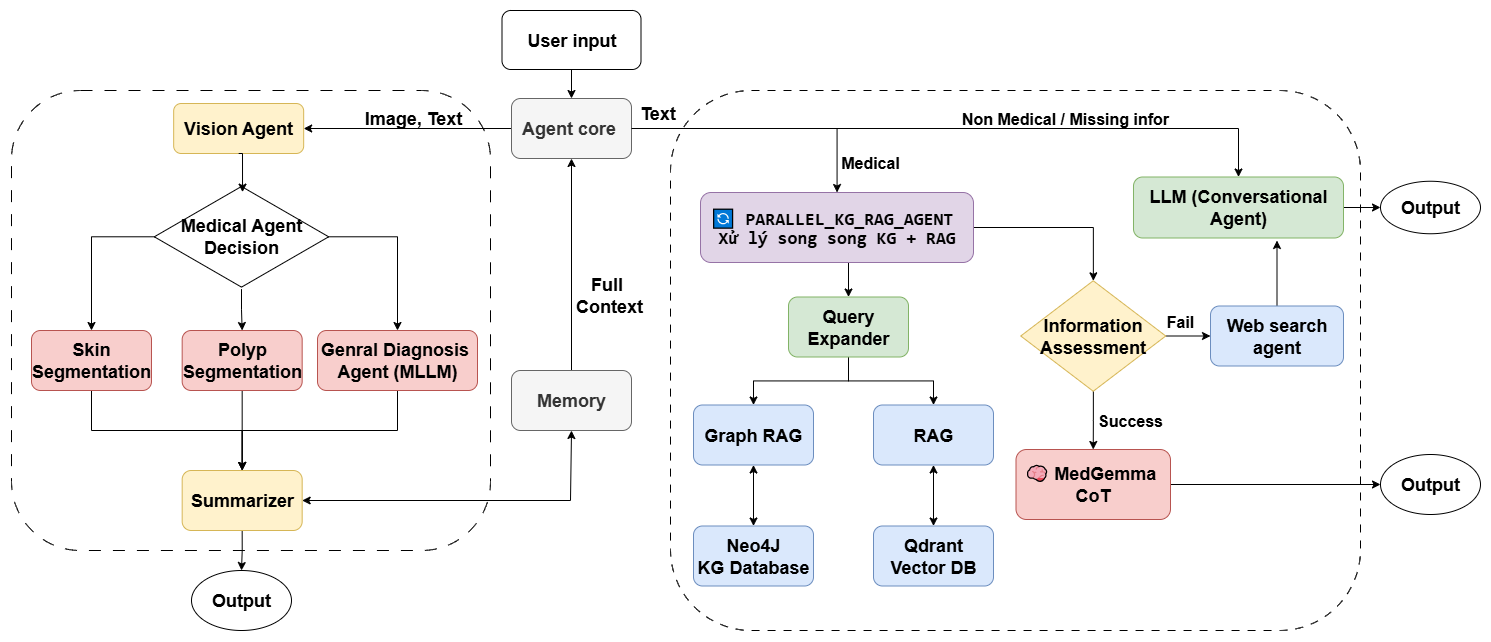
Before: Report VDT/images/chi_tiet.png, a diagram exported from draw.io (hungzin311/Medical_Assitant). Source tidied: cells renumbered, new cells last; positions are measured from the earlier drawing's top-left corner, leaving out a move shared by most shapes.
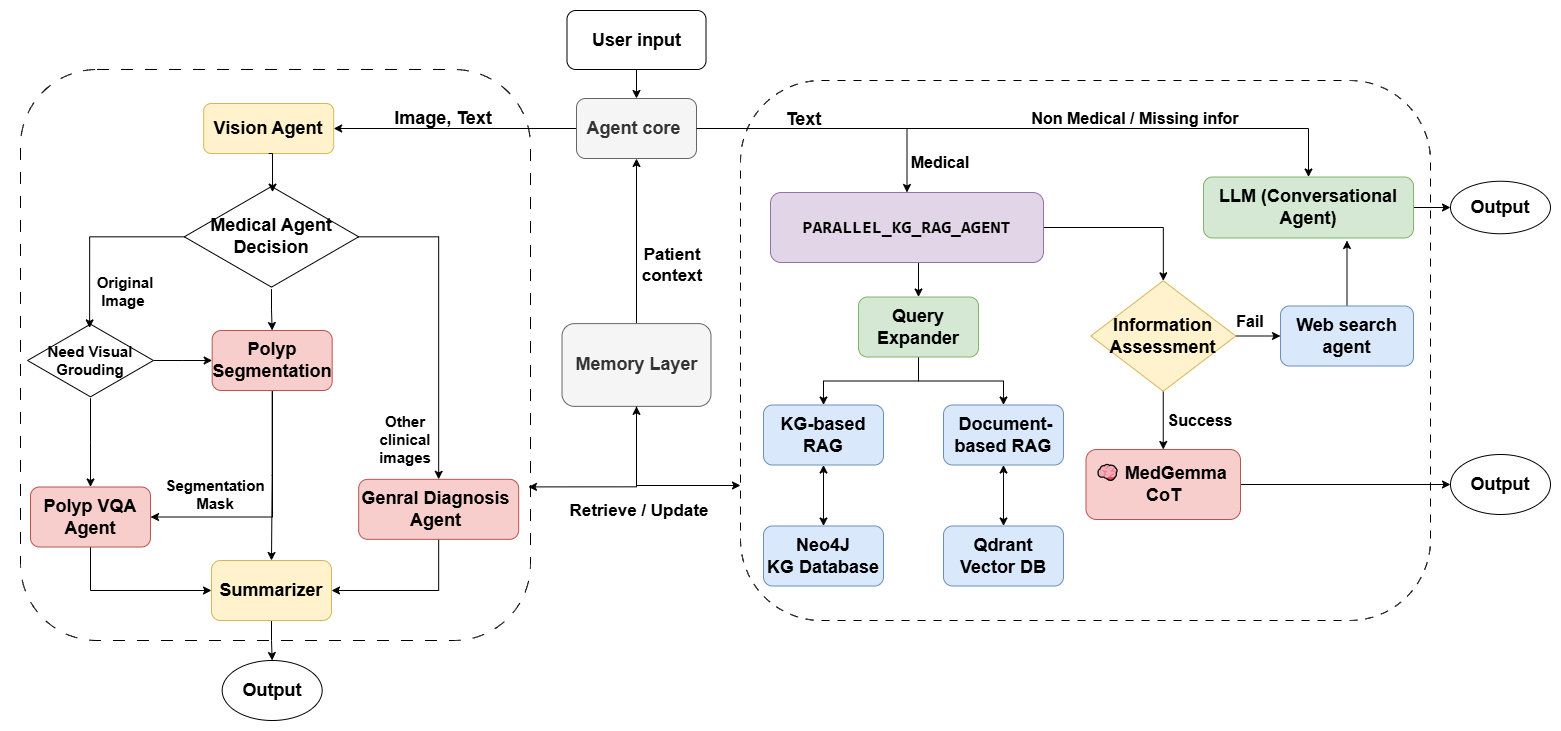
Later version of the same file.

Change to the diagram source:
```diff
@@ -3,25 +3,25 @@
     <mxCell id="0" />
     <mxCell id="1" parent="0" />
     <mxCell id="2" style="rounded=0;whiteSpace=wrap;html=1;strokeColor=#FFFFFF;" parent="1" vertex="1">
-      <mxGeometry width="1490" height="640" as="geometry" />
+      <mxGeometry x="-70" width="1560" height="730" as="geometry" />
     </mxCell>
+    <mxCell id="5" style="rounded=1;whiteSpace=wrap;html=1;dashed=1;dashPattern=12 12;fontSize=18;" parent="1" vertex="1">
+      <mxGeometry x="-50" y="69" width="510" height="571" as="geometry" />
+    </mxCell>
     <mxCell id="3" style="rounded=1;whiteSpace=wrap;html=1;dashed=1;dashPattern=8 8;fontSize=18;" parent="1" vertex="1">
-      <mxGeometry x="670" y="90" width="690" height="540" as="geometry" />
+      <mxGeometry x="670" y="80" width="690" height="540" as="geometry" />
     </mxCell>
     <mxCell id="4" style="edgeStyle=orthogonalEdgeStyle;rounded=0;orthogonalLoop=1;jettySize=auto;html=1;exitX=0.5;exitY=1;exitDx=0;exitDy=0;fontSize=18;" parent="1" edge="1">
       <mxGeometry relative="1" as="geometry">
-        <mxPoint x="558.8" y="249" as="sourcePoint" />
-        <mxPoint x="558.8" y="249" as="targetPoint" />
+        <mxPoint x="568.8" y="249" as="sourcePoint" />
+        <mxPoint x="568.8" y="249" as="targetPoint" />
       </mxGeometry>
     </mxCell>
-    <mxCell id="5" style="rounded=1;whiteSpace=wrap;html=1;dashed=1;dashPattern=12 12;fontSize=18;" parent="1" vertex="1">
-      <mxGeometry x="11" y="90" width="479" height="460" as="geometry" />
-    </mxCell>
     <mxCell id="6" style="edgeStyle=orthogonalEdgeStyle;rounded=0;jettySize=auto;html=1;entryX=0.5;entryY=0;entryDx=0;entryDy=0;fontStyle=1;fontSize=18;" parent="1" edge="1" source="7" target="10">
       <mxGeometry relative="1" as="geometry" />
     </mxCell>
     <mxCell id="7" value="&lt;font&gt;User input&lt;/font&gt;" style="rounded=1;whiteSpace=wrap;html=1;fontStyle=1;fontSize=18;" parent="1" vertex="1">
-      <mxGeometry x="501.5" y="10" width="139" height="59" as="geometry" />
+      <mxGeometry x="496.5" y="10" width="139" height="59" as="geometry" />
     </mxCell>
     <mxCell id="8" style="edgeStyle=orthogonalEdgeStyle;rounded=0;jettySize=auto;html=1;exitX=0;exitY=0.5;exitDx=0;exitDy=0;entryX=1;entryY=0.5;entryDx=0;entryDy=0;fontStyle=1;fontSize=18;" parent="1" edge="1" source="10" target="11">
       <mxGeometry relative="1" as="geometry" />
@@ -30,56 +30,59 @@
       <mxGeometry relative="1" as="geometry" />
     </mxCell>
     <mxCell id="10" value="&lt;font&gt;Agent core&amp;nbsp;&lt;/font&gt;" style="rounded=1;whiteSpace=wrap;html=1;fillColor=#f5f5f5;strokeColor=#666666;fontStyle=1;fontColor=#333333;fontSize=18;" parent="1" vertex="1">
-      <mxGeometry x="511" y="98" width="120" height="60" as="geometry" />
+      <mxGeometry x="506" y="98" width="120" height="60" as="geometry" />
     </mxCell>
     <mxCell id="11" value="&lt;font&gt;Vision Agent&lt;/font&gt;" style="rounded=1;whiteSpace=wrap;html=1;fillColor=#fff2cc;strokeColor=#d6b656;fontStyle=1;fontSize=18;" parent="1" vertex="1">
-      <mxGeometry x="173.2" y="103" width="130" height="50" as="geometry" />
+      <mxGeometry x="133.2" y="103" width="130" height="50" as="geometry" />
     </mxCell>
-    <mxCell id="12" style="edgeStyle=orthogonalEdgeStyle;rounded=0;jettySize=auto;html=1;exitX=0.5;exitY=1;exitDx=0;exitDy=0;entryX=0.5;entryY=0;entryDx=0;entryDy=0;fontStyle=1;fontSize=18;" parent="1" edge="1" source="13" target="35">
-      <mxGeometry relative="1" as="geometry" />
+    <mxCell id="12" style="edgeStyle=orthogonalEdgeStyle;rounded=0;jettySize=auto;html=1;entryX=1;entryY=0.5;entryDx=0;entryDy=0;" parent="1" edge="1" source="13" target="35">
+      <mxGeometry relative="1" as="geometry">
+        <Array as="points">
+          <mxPoint x="368" y="590" />
+        </Array>
+      </mxGeometry>
     </mxCell>
-    <mxCell id="13" value="&lt;font&gt;Genral Diagnosis&amp;nbsp;&lt;br&gt;Agent (MLLM)&lt;/font&gt;" style="rounded=1;whiteSpace=wrap;html=1;fillColor=#f8cecc;strokeColor=#b85450;fontStyle=1;fontSize=18;" parent="1" vertex="1">
-      <mxGeometry x="317" y="330" width="160" height="60" as="geometry" />
+    <mxCell id="13" value="&lt;font&gt;Genral Diagnosis&amp;nbsp;&lt;br&gt;Agent&amp;nbsp;&lt;/font&gt;" style="rounded=1;whiteSpace=wrap;html=1;fillColor=#f8cecc;strokeColor=#b85450;fontStyle=1;fontSize=18;" parent="1" vertex="1">
+      <mxGeometry x="288.2" y="478.8" width="160" height="60" as="geometry" />
     </mxCell>
     <mxCell id="14" style="edgeStyle=orthogonalEdgeStyle;rounded=0;orthogonalLoop=1;jettySize=auto;html=1;exitX=0.5;exitY=1;exitDx=0;exitDy=0;fontStyle=1;fontSize=18;" parent="1" edge="1" source="13" target="13">
       <mxGeometry relative="1" as="geometry" />
     </mxCell>
-    <mxCell id="15" style="edgeStyle=orthogonalEdgeStyle;rounded=0;jettySize=auto;html=1;exitX=0.5;exitY=0;exitDx=0;exitDy=0;entryX=0.5;entryY=1;entryDx=0;entryDy=0;fontStyle=1;fontSize=18;" parent="1" edge="1" source="16" target="10">
+    <mxCell id="15" style="edgeStyle=orthogonalEdgeStyle;rounded=0;jettySize=auto;html=1;entryX=0.5;entryY=1;entryDx=0;entryDy=0;" parent="1" edge="1" source="16" target="10">
       <mxGeometry relative="1" as="geometry" />
     </mxCell>
+    <mxCell id="61" style="edgeStyle=orthogonalEdgeStyle;rounded=0;jettySize=auto;html=1;entryX=0;entryY=0.75;entryDx=0;entryDy=0;startArrow=classic;startFill=1;" parent="1" edge="1" source="16" target="3">
+      <mxGeometry relative="1" as="geometry">
+        <Array as="points">
+          <mxPoint x="566" y="485" />
+        </Array>
+      </mxGeometry>
+    </mxCell>
-    <mxCell id="16" value="&lt;font&gt;Memory&lt;/font&gt;" style="rounded=1;whiteSpace=wrap;html=1;fontStyle=1;fillColor=#f5f5f5;fontColor=#333333;strokeColor=#666666;fontSize=18;" parent="1" vertex="1">
-      <mxGeometry x="511" y="370" width="120" height="60" as="geometry" />
+    <mxCell id="16" value="Memory Layer" style="rounded=1;whiteSpace=wrap;html=1;fontStyle=1;fillColor=#f5f5f5;fontColor=#333333;strokeColor=#666666;fontSize=18;" parent="1" vertex="1">
+      <mxGeometry x="491.5" y="323.1" width="149" height="82.8" as="geometry" />
     </mxCell>
+    <mxCell id="18" style="edgeStyle=orthogonalEdgeStyle;rounded=0;jettySize=auto;html=1;entryX=0.5;entryY=0;entryDx=0;entryDy=0;fontSize=18;" parent="1" edge="1" source="20" target="41">
+      <mxGeometry relative="1" as="geometry" />
+    </mxCell>
-    <mxCell id="17" style="edgeStyle=orthogonalEdgeStyle;rounded=0;jettySize=auto;html=1;entryX=0.5;entryY=0;entryDx=0;entryDy=0;fontStyle=1;fontSize=18;" parent="1" edge="1" source="20" target="13">
+    <mxCell id="17" style="edgeStyle=orthogonalEdgeStyle;rounded=0;jettySize=auto;html=1;entryX=0.5;entryY=0;entryDx=0;entryDy=0;" parent="1" edge="1" source="20" target="13">
       <mxGeometry relative="1" as="geometry">
         <Array as="points">
-          <mxPoint x="397" y="236" />
+          <mxPoint x="368" y="236" />
         </Array>
       </mxGeometry>
     </mxCell>
-    <mxCell id="18" style="edgeStyle=orthogonalEdgeStyle;rounded=0;jettySize=auto;html=1;entryX=0.5;entryY=0;entryDx=0;entryDy=0;fontSize=18;" parent="1" edge="1" source="20" target="41">
-      <mxGeometry relative="1" as="geometry" />
-    </mxCell>
-    <mxCell id="19" style="edgeStyle=orthogonalEdgeStyle;rounded=0;jettySize=auto;html=1;entryX=0.5;entryY=0;entryDx=0;entryDy=0;fontSize=18;" parent="1" edge="1" source="20" target="39">
-      <mxGeometry relative="1" as="geometry">
-        <Array as="points">
-          <mxPoint x="91" y="236" />
-          <mxPoint x="91" y="330" />
-        </Array>
-      </mxGeometry>
-    </mxCell>
     <mxCell id="20" value="&lt;font&gt;Medical Agent &lt;br&gt;Decision&lt;/font&gt;" style="html=1;whiteSpace=wrap;shape=isoRectangle;fontStyle=1;fontSize=18;" parent="1" vertex="1">
-      <mxGeometry x="153.8" y="184" width="174.3" height="104.6" as="geometry" />
+      <mxGeometry x="113.8" y="184" width="174.3" height="104.6" as="geometry" />
     </mxCell>
     <mxCell id="21" style="edgeStyle=orthogonalEdgeStyle;rounded=0;jettySize=auto;html=1;exitX=0.5;exitY=1;exitDx=0;exitDy=0;entryX=0.506;entryY=0.073;entryDx=0;entryDy=0;entryPerimeter=0;fontStyle=1;fontSize=18;" parent="1" edge="1" source="11" target="20">
       <mxGeometry relative="1" as="geometry">
         <Array as="points">
-          <mxPoint x="242.2" y="153" />
+          <mxPoint x="202.2" y="153" />
         </Array>
       </mxGeometry>
     </mxCell>
     <mxCell id="22" value="&lt;font&gt;Image, Text&amp;nbsp;&lt;/font&gt;" style="text;html=1;align=center;verticalAlign=middle;whiteSpace=wrap;rounded=0;fontStyle=1;fontSize=18;" parent="1" vertex="1">
-      <mxGeometry x="351" y="103" width="129" height="30" as="geometry" />
+      <mxGeometry x="311" y="103" width="129" height="30" as="geometry" />
     </mxCell>
     <mxCell id="23" style="edgeStyle=orthogonalEdgeStyle;rounded=0;jettySize=auto;html=1;entryX=0;entryY=0.5;entryDx=0;entryDy=0;" parent="1" edge="1" source="24" target="28">
       <mxGeometry relative="1" as="geometry" />
@@ -87,7 +90,7 @@
     <mxCell id="24" value="&lt;font&gt;LLM (Conversational Agent)&lt;/font&gt;" style="rounded=1;whiteSpace=wrap;html=1;fillColor=#d5e8d4;strokeColor=#82b366;fontStyle=1;fontSize=18;" parent="1" vertex="1">
       <mxGeometry x="1133" y="176.5" width="210" height="61" as="geometry" />
     </mxCell>
-    <mxCell id="25" value="&lt;font&gt;RAG&lt;/font&gt;" style="rounded=1;whiteSpace=wrap;html=1;fillColor=#dae8fc;strokeColor=#6c8ebf;fontStyle=1;fontSize=18;" parent="1" vertex="1">
+    <mxCell id="25" value="&lt;font&gt;&amp;nbsp;Document-based RAG&lt;/font&gt;" style="rounded=1;whiteSpace=wrap;html=1;fillColor=#dae8fc;strokeColor=#6c8ebf;fontStyle=1;fontSize=18;" parent="1" vertex="1">
       <mxGeometry x="873" y="404.5" width="120" height="60" as="geometry" />
     </mxCell>
     <mxCell id="26" style="edgeStyle=orthogonalEdgeStyle;rounded=0;jettySize=auto;html=1;fontSize=18;" parent="1" edge="1" source="27">
@@ -102,7 +105,7 @@
       <mxGeometry x="1380" y="180.8" width="100" height="52.5" as="geometry" />
     </mxCell>
     <mxCell id="29" value="&lt;font&gt;Text&lt;/font&gt;" style="text;html=1;align=center;verticalAlign=middle;whiteSpace=wrap;rounded=0;fontStyle=1;fontSize=18;" parent="1" vertex="1">
-      <mxGeometry x="633.5" y="98" width="47" height="31" as="geometry" />
+      <mxGeometry x="710" y="103" width="47" height="31" as="geometry" />
     </mxCell>
     <mxCell id="30" style="edgeStyle=orthogonalEdgeStyle;rounded=0;jettySize=auto;html=1;fontStyle=1;fontSize=18;" parent="1" edge="1" source="10" target="24">
       <mxGeometry relative="1" as="geometry" />
@@ -120,48 +123,44 @@
       <mxGeometry relative="1" as="geometry" />
     </mxCell>
     <mxCell id="35" value="&lt;font&gt;Summarizer&lt;/font&gt;" style="rounded=1;whiteSpace=wrap;html=1;fillColor=#fff2cc;strokeColor=#d6b656;fontStyle=1;fontSize=18;" parent="1" vertex="1">
-      <mxGeometry x="181.7" y="470" width="120" height="60" as="geometry" />
+      <mxGeometry x="141" y="560" width="120" height="60" as="geometry" />
     </mxCell>
-    <mxCell id="36" value="&lt;font&gt;Full&amp;nbsp;&lt;br&gt;Context&lt;/font&gt;" style="text;html=1;align=center;verticalAlign=middle;whiteSpace=wrap;rounded=0;fontStyle=1;fontSize=18;" parent="1" vertex="1">
-      <mxGeometry x="578.5" y="280.2" width="60" height="30" as="geometry" />
-    </mxCell>
     <mxCell id="37" value="&lt;font&gt;Output&lt;/font&gt;" style="ellipse;whiteSpace=wrap;html=1;fontStyle=1;fontSize=18;" parent="1" vertex="1">
-      <mxGeometry x="191" y="570" width="100" height="60" as="geometry" />
+      <mxGeometry x="151.7" y="660" width="100" height="60" as="geometry" />
     </mxCell>
-    <mxCell id="38" style="edgeStyle=orthogonalEdgeStyle;rounded=0;jettySize=auto;html=1;entryX=0.5;entryY=0;entryDx=0;entryDy=0;fontSize=18;" parent="1" edge="1" source="39" target="35">
+    <mxCell id="38" style="edgeStyle=orthogonalEdgeStyle;rounded=0;jettySize=auto;html=1;entryX=0;entryY=0.5;entryDx=0;entryDy=0;" parent="1" edge="1" source="39" target="35">
       <mxGeometry relative="1" as="geometry">
         <Array as="points">
-          <mxPoint x="91" y="430" />
-          <mxPoint x="242" y="430" />
+          <mxPoint x="20" y="590" />
         </Array>
       </mxGeometry>
     </mxCell>
-    <mxCell id="39" value="&lt;font&gt;Skin Segmentation&lt;/font&gt;" style="rounded=1;whiteSpace=wrap;html=1;fillColor=#f8cecc;strokeColor=#b85450;fontStyle=1;fontSize=18;" parent="1" vertex="1">
-      <mxGeometry x="31" y="330" width="120" height="60" as="geometry" />
+    <mxCell id="39" value="&lt;font&gt;Polyp VQA Agent&lt;/font&gt;" style="rounded=1;whiteSpace=wrap;html=1;fillColor=#f8cecc;strokeColor=#b85450;fontStyle=1;fontSize=18;" parent="1" vertex="1">
+      <mxGeometry x="-40" y="486.5" width="120" height="60" as="geometry" />
     </mxCell>
-    <mxCell id="40" style="edgeStyle=orthogonalEdgeStyle;rounded=0;jettySize=auto;html=1;fontSize=18;" parent="1" edge="1" source="41" target="35">
+    <mxCell id="40" style="edgeStyle=orthogonalEdgeStyle;rounded=0;jettySize=auto;html=1;" parent="1" edge="1" source="41" target="35">
       <mxGeometry relative="1" as="geometry" />
     </mxCell>
+    <mxCell id="62" style="edgeStyle=elbowEdgeStyle;rounded=0;jettySize=auto;html=1;entryX=1;entryY=0.5;entryDx=0;entryDy=0;" parent="1" edge="1" source="41" target="39">
+      <mxGeometry relative="1" as="geometry">
+        <Array as="points">
+          <mxPoint x="202" y="450" />
+        </Array>
+      </mxGeometry>
+    </mxCell>
     <mxCell id="41" value="&lt;font&gt;Polyp Segmentation&lt;/font&gt;" style="rounded=1;whiteSpace=wrap;html=1;fillColor=#f8cecc;strokeColor=#b85450;fontStyle=1;fontSize=18;" parent="1" vertex="1">
-      <mxGeometry x="181.7" y="330" width="120" height="60" as="geometry" />
+      <mxGeometry x="141.7" y="330" width="120" height="60" as="geometry" />
     </mxCell>
-    <mxCell id="42" style="endArrow=classic;startArrow=classic;html=1;rounded=0;exitX=1;exitY=0.5;exitDx=0;exitDy=0;entryX=0.5;entryY=1;entryDx=0;entryDy=0;fontSize=18;" parent="1" edge="1" source="35" target="16">
-      <mxGeometry relative="1" as="geometry">
-        <Array as="points">
-          <mxPoint x="570" y="500" />
-        </Array>
-      </mxGeometry>
-    </mxCell>
     <mxCell id="43" style="edgeStyle=orthogonalEdgeStyle;rounded=0;jettySize=auto;html=1;exitX=0.5;exitY=1;exitDx=0;exitDy=0;entryX=0.5;entryY=0;entryDx=0;entryDy=0;fontSize=18;" parent="1" edge="1" source="45" target="33">
       <mxGeometry relative="1" as="geometry" />
     </mxCell>
     <mxCell id="44" style="edgeStyle=orthogonalEdgeStyle;rounded=0;jettySize=auto;html=1;fontSize=18;" parent="1" edge="1" source="45" target="51">
       <mxGeometry relative="1" as="geometry" />
     </mxCell>
-    <mxCell id="45" value="&lt;div style=&quot;font-family: Consolas, &amp;quot;Courier New&amp;quot;, monospace; line-height: 19px; white-space: pre;&quot;&gt;&lt;span&gt;🔄 PARALLEL_KG_RAG_AGENT &lt;/span&gt;&lt;/div&gt;&lt;div style=&quot;font-family: Consolas, &amp;quot;Courier New&amp;quot;, monospace; line-height: 19px; white-space: pre;&quot;&gt;&lt;span&gt;Xử lý song song KG + RAG&lt;/span&gt;&lt;/div&gt;" style="rounded=1;whiteSpace=wrap;html=1;fillColor=#e1d5e7;strokeColor=#9673a6;labelBackgroundColor=none;fillStyle=solid;fontStyle=1;fontSize=18;" parent="1" vertex="1">
+    <mxCell id="45" value="&lt;div style=&quot;font-family: Consolas, &amp;quot;Courier New&amp;quot;, monospace; line-height: 19px; white-space: pre;&quot;&gt;&lt;span&gt;PARALLEL_KG_RAG_AGENT&lt;/span&gt;&lt;/div&gt;" style="rounded=1;whiteSpace=wrap;html=1;fillColor=#e1d5e7;strokeColor=#9673a6;labelBackgroundColor=none;fillStyle=solid;fontStyle=1;fontSize=18;" parent="1" vertex="1">
       <mxGeometry x="700" y="192" width="273" height="70" as="geometry" />
     </mxCell>
-    <mxCell id="46" value="Graph RAG" style="rounded=1;whiteSpace=wrap;html=1;fontStyle=1;fillColor=#dae8fc;strokeColor=#6c8ebf;fontSize=18;" parent="1" vertex="1">
+    <mxCell id="46" value="KG-based RAG" style="rounded=1;whiteSpace=wrap;html=1;fontStyle=1;fillColor=#dae8fc;strokeColor=#6c8ebf;fontSize=18;" parent="1" vertex="1">
       <mxGeometry x="693" y="404.5" width="120" height="60" as="geometry" />
     </mxCell>
     <mxCell id="47" value="Neo4J&lt;br&gt;KG Database" style="rounded=1;whiteSpace=wrap;html=1;fontStyle=1;fillColor=#dae8fc;strokeColor=#6c8ebf;fontSize=18;" parent="1" vertex="1">
@@ -206,5 +205,39 @@
     <mxCell id="60" value="&lt;b&gt;&lt;font style=&quot;font-size: 16px;&quot;&gt;Fail&lt;/font&gt;&lt;/b&gt;" style="text;html=1;align=center;verticalAlign=middle;whiteSpace=wrap;rounded=0;" parent="1" vertex="1">
       <mxGeometry x="1150" y="305.5" width="60" height="30" as="geometry" />
     </mxCell>
+    <mxCell id="63" style="edgeStyle=orthogonalEdgeStyle;rounded=0;jettySize=auto;html=1;entryX=0;entryY=0.5;entryDx=0;entryDy=0;" parent="1" edge="1" source="65" target="41">
+      <mxGeometry relative="1" as="geometry" />
+    </mxCell>
+    <mxCell id="64" style="edgeStyle=orthogonalEdgeStyle;rounded=0;jettySize=auto;html=1;entryX=0.5;entryY=0;entryDx=0;entryDy=0;" parent="1" edge="1" source="65" target="39">
+      <mxGeometry relative="1" as="geometry" />
+    </mxCell>
+    <mxCell id="65" value="Need Visual&lt;br&gt;Grouding" style="html=1;whiteSpace=wrap;shape=isoRectangle;fontStyle=1;fontSize=15;" parent="1" vertex="1">
+      <mxGeometry x="-42.9" y="322.2" width="125.9" height="75.5" as="geometry" />
+    </mxCell>
+    <mxCell id="66" value="Original&lt;div&gt;Image&amp;nbsp;&lt;/div&gt;" style="text;html=1;whiteSpace=wrap;strokeColor=none;fillColor=none;align=center;verticalAlign=middle;rounded=0;fontStyle=1;fontSize=15;" parent="1" vertex="1">
+      <mxGeometry x="10" y="275.5" width="90" height="30" as="geometry" />
+    </mxCell>
+    <mxCell id="67" value="Segmentation&lt;br&gt;Mask" style="text;html=1;whiteSpace=wrap;strokeColor=none;fillColor=none;align=center;verticalAlign=middle;rounded=0;fontStyle=1;fontSize=15;" parent="1" vertex="1">
+      <mxGeometry x="100" y="478.8" width="90" height="30" as="geometry" />
+    </mxCell>
+    <mxCell id="68" style="edgeStyle=orthogonalEdgeStyle;rounded=0;jettySize=auto;html=1;entryX=0.493;entryY=0.068;entryDx=0;entryDy=0;entryPerimeter=0;" parent="1" edge="1" source="20" target="65">
+      <mxGeometry relative="1" as="geometry" />
+    </mxCell>
+    <mxCell id="69" value="Other clinical images" style="text;html=1;whiteSpace=wrap;strokeColor=none;fillColor=none;align=center;verticalAlign=middle;rounded=0;fontStyle=1;fontSize=15;" parent="1" vertex="1">
+      <mxGeometry x="295" y="424" width="80" height="30" as="geometry" />
+    </mxCell>
+    <mxCell id="70" value="Patient context" style="text;html=1;whiteSpace=wrap;strokeColor=none;fillColor=none;align=center;verticalAlign=middle;rounded=0;fontStyle=1;fontSize=17;" parent="1" vertex="1">
+      <mxGeometry x="551.5" y="250.2" width="100" height="30" as="geometry" />
+    </mxCell>
+    <mxCell id="71" value="&lt;b&gt;Retrieve / Update&lt;/b&gt;" style="text;html=1;whiteSpace=wrap;strokeColor=none;fillColor=none;align=center;verticalAlign=middle;rounded=0;fontSize=17;" parent="1" vertex="1">
+      <mxGeometry x="491.5" y="495.5" width="153.5" height="30" as="geometry" />
+    </mxCell>
+    <mxCell id="72" style="edgeStyle=orthogonalEdgeStyle;rounded=0;jettySize=auto;html=1;exitX=0.5;exitY=1;exitDx=0;exitDy=0;entryX=0.996;entryY=0.731;entryDx=0;entryDy=0;entryPerimeter=0;" parent="1" edge="1" source="16" target="5">
+      <mxGeometry relative="1" as="geometry">
+        <Array as="points">
+          <mxPoint x="566" y="486" />
+        </Array>
+      </mxGeometry>
+    </mxCell>
   </root>
 </mxGraphModel>
```
